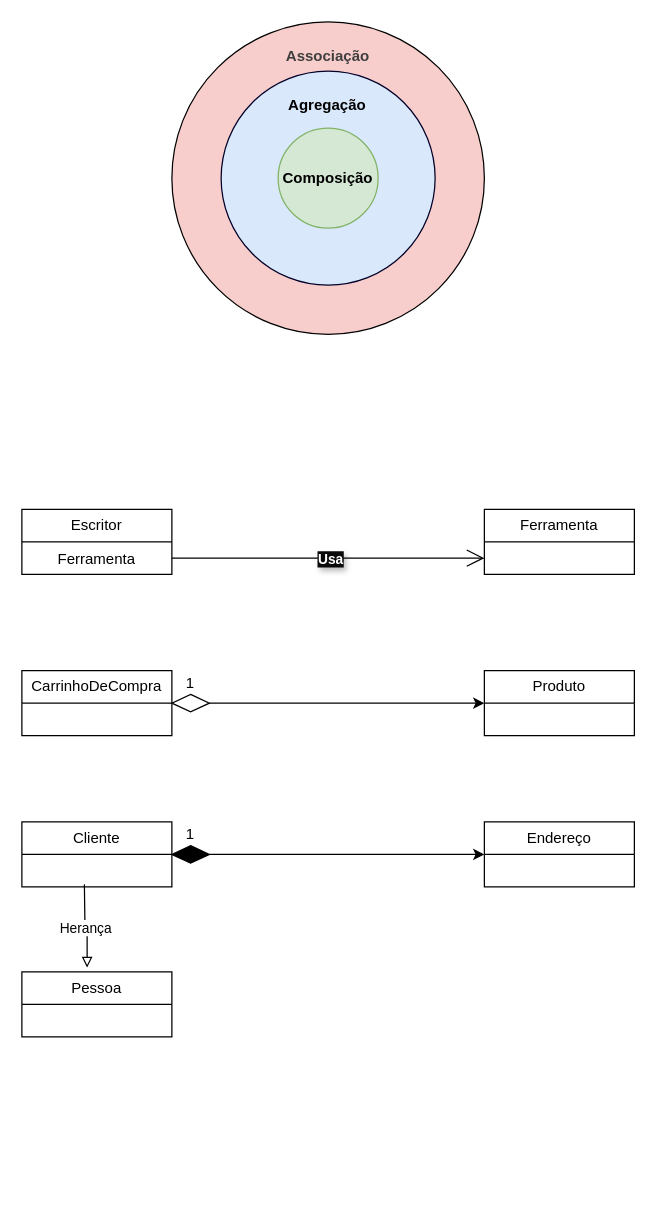
The draw.io diagram Secao_3_Introducao_a_Programacao_Orientada_a_Objetos_em_Python/Codigo_177.drawio in JoaoAugustoColassoHandocha/Codigos_Aulas_Curso_de_Python_3_do_basico_ao_avancado, before the edit. Source tidied: cells renumbered, new cells numbered last; positions are measured from the earlier drawing's top-left corner, leaving out a move shared by most shapes. Both pictures are drawn from the tidied source at 125%, with x=0, y=0 at pixel (21, 21).
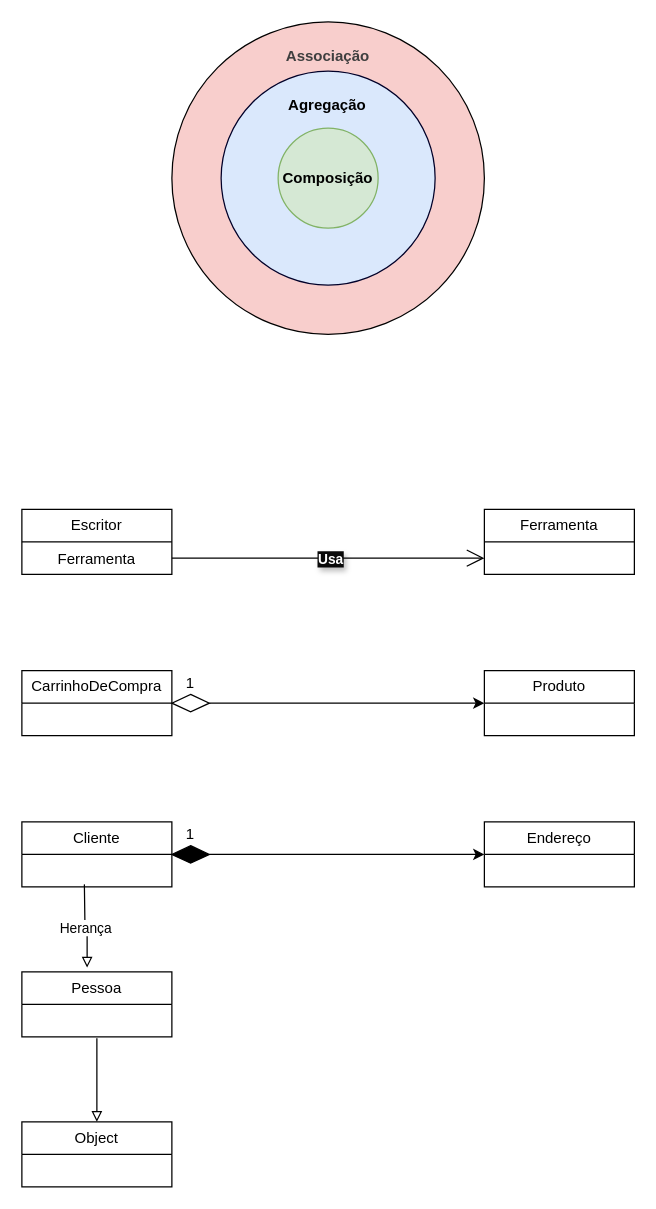
The same diagram, later.

The edit, as a diff of the source:
```diff
@@
+    <mxCell id="25" value="Object" style="swimlane;fontStyle=0;horizontal=1;startSize=26;fillColor=none;whiteSpace=wrap;html=1;" parent="1" vertex="1">
+      <mxGeometry y="880" width="120" height="52" as="geometry" />
+    </mxCell>
+    <mxCell id="26" style="html=1;labelBackgroundColor=#ffffff;jettySize=auto;fontSize=14;rounded=0;jumpStyle=gap;edgeStyle=orthogonalEdgeStyle;startArrow=none;endArrow=block;endFill=0;strokeWidth=1;entryX=0.5;entryY=0;entryDx=0;entryDy=0;" parent="1" edge="1" target="25">
+      <mxGeometry relative="1" as="geometry">
+        <mxPoint x="60" y="813" as="sourcePoint" />
+        <Array as="points">
+          <mxPoint x="60" y="860" />
+          <mxPoint x="60" y="860" />
+        </Array>
+      </mxGeometry>
+    </mxCell>
```
